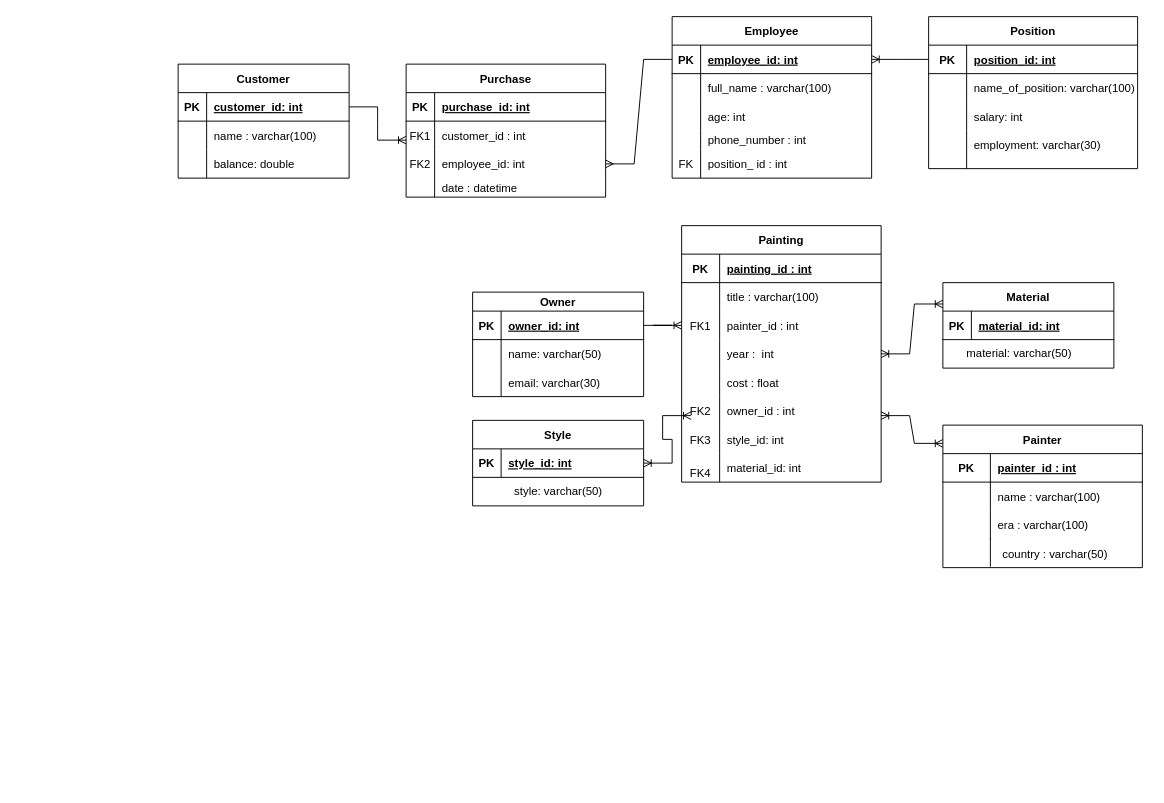
Earlier version of the draw.io diagram lab1/lab1.drawio (kate-sorokinaa/BD_2022). Source tidied: cells renumbered, new cells numbered last; positions are measured from the earlier drawing's top-left corner, leaving out a move shared by most shapes. Both pictures are drawn from the tidied source at 95%, with x=0, y=0 at pixel (16, 16).
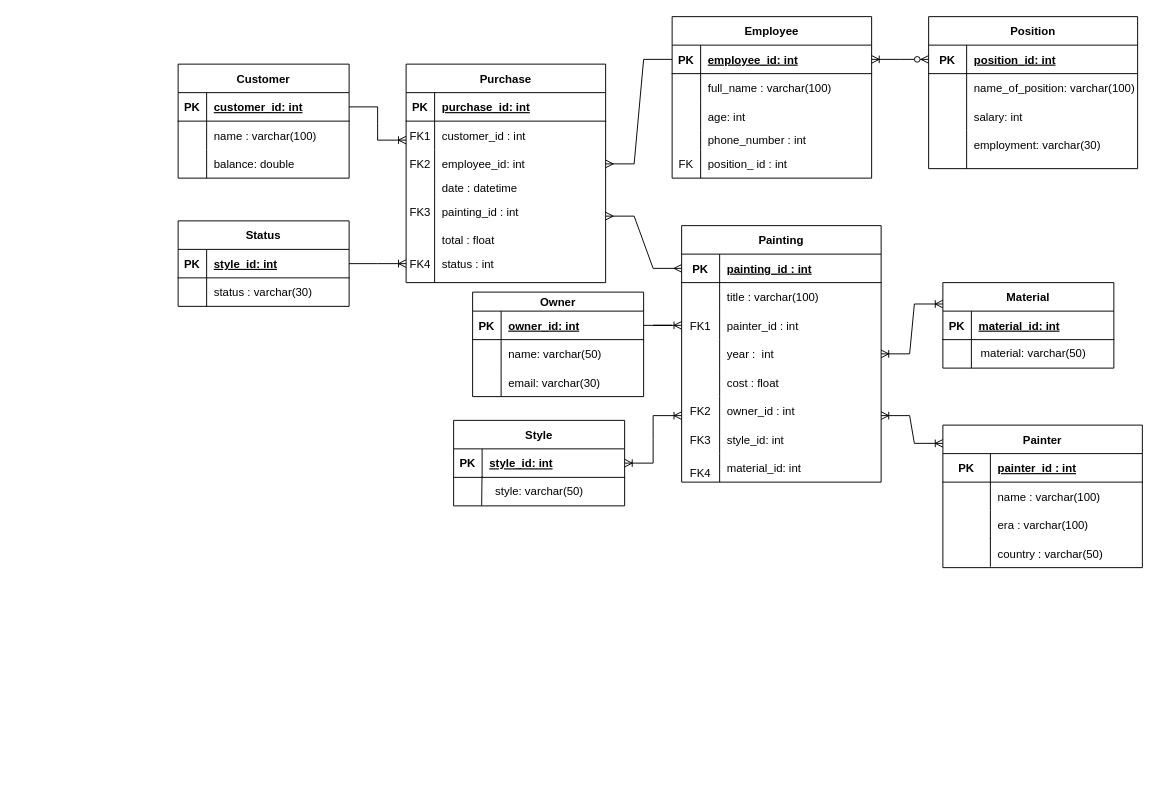
Above is the later version.

The change refers to these unchanged cells:
```xml
<mxCell id="3" style="shape=tableRow;horizontal=0;startSize=0;swimlaneHead=0;swimlaneBody=0;fillColor=none;points=[[0,0.5],[1,0.5]];portConstraint=eastwest;top=0;left=0;right=0;bottom=1;" parent="2" vertex="1">
  <mxGeometry y="30" width="210" height="30" as="geometry" />
</mxCell>
<mxCell id="38" style="shape=tableRow;horizontal=0;startSize=0;swimlaneHead=0;swimlaneBody=0;fillColor=none;points=[[0,0.5],[1,0.5]];portConstraint=eastwest;top=0;left=0;right=0;bottom=1;" parent="37" vertex="1">
  <mxGeometry y="30" width="210" height="30" as="geometry" />
</mxCell>
<mxCell id="74" style="shape=tableRow;horizontal=0;startSize=0;swimlaneHead=0;swimlaneBody=0;fillColor=none;points=[[0,0.5],[1,0.5]];portConstraint=eastwest;top=0;left=0;right=0;bottom=1;" parent="73" vertex="1">
  <mxGeometry y="30" width="220" height="30" as="geometry" />
</mxCell>
<mxCell id="88" style="shape=tableRow;horizontal=0;startSize=0;swimlaneHead=0;swimlaneBody=0;fillColor=none;points=[[0,0.5],[1,0.5]];portConstraint=eastwest;top=0;left=0;right=0;bottom=1;" parent="87" vertex="1">
  <mxGeometry y="30" width="180" height="30" as="geometry" />
</mxCell>
```

The edit, as a diff of the source:
```diff
@@
     <mxCell id="87" value="Style" style="shape=table;startSize=30;childLayout=tableLayout;rowLines=0;fontStyle=1;align=center;" parent="1" vertex="1">
-      <mxGeometry x="480" y="425" width="180" height="90" as="geometry" />
+      <mxGeometry x="460" y="425" width="180" height="90" as="geometry" />
     </mxCell>
@@
     <mxCell id="95" style="edgeStyle=entityRelationEdgeStyle;fontSize=12;html=1;endArrow=ERoneToMany;startArrow=ERoneToMany;rounded=0;exitX=1;exitY=0.5;exitDx=0;exitDy=0;" parent="1" edge="1" source="88">
       <mxGeometry relative="1" as="geometry">
-        <mxPoint x="710" y="420" as="targetPoint" />
+        <mxPoint x="700" y="420" as="targetPoint" />
       </mxGeometry>
     </mxCell>
     <mxCell id="96" value="style: varchar(50)" style="text;html=1;align=center;verticalAlign=middle;points=[];strokeColor=none;fillColor=none;" parent="1" vertex="1">
-      <mxGeometry x="510" y="485" width="120" height="30" as="geometry" />
+      <mxGeometry x="490" y="485" width="120" height="30" as="geometry" />
     </mxCell>
-    <mxCell id="97" style="edgeStyle=entityRelationEdgeStyle;fontSize=12;html=1;endArrow=ERoneToMany;rounded=0;exitX=0;exitY=0.5;exitDx=0;exitDy=0;entryX=1;entryY=0.5;entryDx=0;entryDy=0;" parent="1" edge="1" source="74" target="38">
-      <mxGeometry relative="1" as="geometry" />
-    </mxCell>
@@
     <mxCell id="102" value="material: varchar(50)" style="text;html=1;align=center;verticalAlign=middle;strokeColor=none;fillColor=none;" parent="1" vertex="1">
-      <mxGeometry x="990" y="340" width="130" height="30" as="geometry" />
+      <mxGeometry x="1005" y="340" width="130" height="30" as="geometry" />
     </mxCell>
@@
     <mxCell id="106" value="country : varchar(50)" style="shape=partialRectangle;fillColor=none;top=0;left=0;bottom=0;right=0;align=left;spacingLeft=6;overflow=hidden;" parent="1" vertex="1">
-      <mxGeometry x="1030" y="550" width="160" height="30" as="geometry" />
+      <mxGeometry x="1025" y="550" width="160" height="30" as="geometry" />
     </mxCell>
@@
     <mxCell id="108" value="Purchase" style="shape=table;startSize=30;childLayout=tableLayout;rowLines=0;fontStyle=1;align=center;" parent="1" vertex="1">
-      <mxGeometry x="410" y="50" width="210" height="140" as="geometry" />
+      <mxGeometry x="410" y="50" width="210" height="230" as="geometry" />
     </mxCell>
@@
+    <mxCell id="129" value="painting_id : int" style="shape=partialRectangle;fillColor=none;top=0;left=0;bottom=0;right=0;align=left;spacingLeft=6;overflow=hidden;" parent="1" vertex="1">
+      <mxGeometry x="440" y="190" width="180" height="30" as="geometry" />
+    </mxCell>
+    <mxCell id="130" style="endArrow=none;html=1;rounded=0;" parent="1" edge="1">
+      <mxGeometry relative="1" as="geometry">
+        <mxPoint x="440" y="280" as="sourcePoint" />
+        <mxPoint x="440" y="190" as="targetPoint" />
+      </mxGeometry>
+    </mxCell>
+    <mxCell id="131" value="FK3" style="shape=partialRectangle;fillColor=none;top=0;left=0;bottom=0;right=0;overflow=hidden;" parent="1" vertex="1">
+      <mxGeometry x="410" y="190" width="30" height="30" as="geometry" />
+    </mxCell>
+    <mxCell id="132" style="edgeStyle=entityRelationEdgeStyle;fontSize=12;html=1;endArrow=ERmany;startArrow=ERmany;rounded=0;entryX=0;entryY=0.5;entryDx=0;entryDy=0;" parent="1" edge="1" target="3">
+      <mxGeometry relative="1" as="geometry">
+        <mxPoint x="620" y="210" as="sourcePoint" />
+      </mxGeometry>
+    </mxCell>
+    <mxCell id="133" value="total : float" style="shape=partialRectangle;fillColor=none;top=0;left=0;bottom=0;right=0;align=left;spacingLeft=6;overflow=hidden;" parent="1" vertex="1">
+      <mxGeometry x="440" y="220" width="180" height="30" as="geometry" />
+    </mxCell>
+    <mxCell id="134" value="status : int" style="shape=partialRectangle;fillColor=none;top=0;left=0;bottom=0;right=0;align=left;spacingLeft=6;overflow=hidden;" parent="1" vertex="1">
+      <mxGeometry x="440" y="245" width="180" height="30" as="geometry" />
+    </mxCell>
+    <mxCell id="135" style="endArrow=none;html=1;rounded=0;" parent="1" edge="1">
+      <mxGeometry relative="1" as="geometry">
+        <mxPoint x="1005" y="370" as="sourcePoint" />
+        <mxPoint x="1005" y="340" as="targetPoint" />
+      </mxGeometry>
+    </mxCell>
+    <mxCell id="136" style="endArrow=none;html=1;rounded=0;entryX=0.166;entryY=0.973;entryDx=0;entryDy=0;entryPerimeter=0;exitX=-0.004;exitY=0.991;exitDx=0;exitDy=0;exitPerimeter=0;" parent="1" edge="1" source="96" target="88">
+      <mxGeometry relative="1" as="geometry" />
+    </mxCell>
+    <mxCell id="97" style="edgeStyle=entityRelationEdgeStyle;fontSize=12;html=1;endArrow=ERoneToMany;startArrow=ERzeroToMany;rounded=0;entryX=1;entryY=0.5;entryDx=0;entryDy=0;" parent="1" edge="1" source="74" target="38">
+      <mxGeometry relative="1" as="geometry" />
+    </mxCell>
+    <mxCell id="137" value="Status" style="shape=table;startSize=30;childLayout=tableLayout;rowLines=0;fontStyle=1;align=center;" parent="1" vertex="1">
+      <mxGeometry x="170" y="215" width="180" height="90" as="geometry" />
+    </mxCell>
+    <mxCell id="138" style="shape=tableRow;horizontal=0;startSize=0;swimlaneHead=0;swimlaneBody=0;fillColor=none;points=[[0,0.5],[1,0.5]];portConstraint=eastwest;top=0;left=0;right=0;bottom=1;" parent="137" vertex="1">
+      <mxGeometry y="30" width="180" height="30" as="geometry" />
+    </mxCell>
+    <mxCell id="139" value="PK" style="shape=partialRectangle;fillColor=none;top=0;left=0;bottom=0;right=0;fontStyle=1;overflow=hidden;" parent="138" vertex="1">
+      <mxGeometry width="30" height="30" as="geometry" />
+    </mxCell>
+    <mxCell id="140" value="style_id: int" style="shape=partialRectangle;fillColor=none;top=0;left=0;bottom=0;right=0;align=left;spacingLeft=6;fontStyle=5;overflow=hidden;" parent="138" vertex="1">
+      <mxGeometry x="30" width="150" height="30" as="geometry" />
+    </mxCell>
+    <mxCell id="141" style="endArrow=none;html=1;rounded=0;" parent="1" edge="1">
+      <mxGeometry relative="1" as="geometry">
+        <mxPoint x="200" y="305" as="sourcePoint" />
+        <mxPoint x="200" y="275" as="targetPoint" />
+      </mxGeometry>
+    </mxCell>
+    <mxCell id="142" value="status : varchar(30)" style="shape=partialRectangle;fillColor=none;top=0;left=0;bottom=0;right=0;align=left;spacingLeft=6;overflow=hidden;" parent="1" vertex="1">
+      <mxGeometry x="200" y="275" width="180" height="30" as="geometry" />
+    </mxCell>
+    <mxCell id="143" style="edgeStyle=entityRelationEdgeStyle;fontSize=12;html=1;endArrow=ERoneToMany;rounded=0;exitX=1;exitY=0.5;exitDx=0;exitDy=0;" parent="1" edge="1" source="138">
+      <mxGeometry relative="1" as="geometry">
+        <mxPoint x="410" y="260" as="targetPoint" />
+      </mxGeometry>
+    </mxCell>
+    <mxCell id="144" value="FK4" style="shape=partialRectangle;fillColor=none;top=0;left=0;bottom=0;right=0;overflow=hidden;" parent="1" vertex="1">
+      <mxGeometry x="410" y="245" width="30" height="30" as="geometry" />
+    </mxCell>
```
